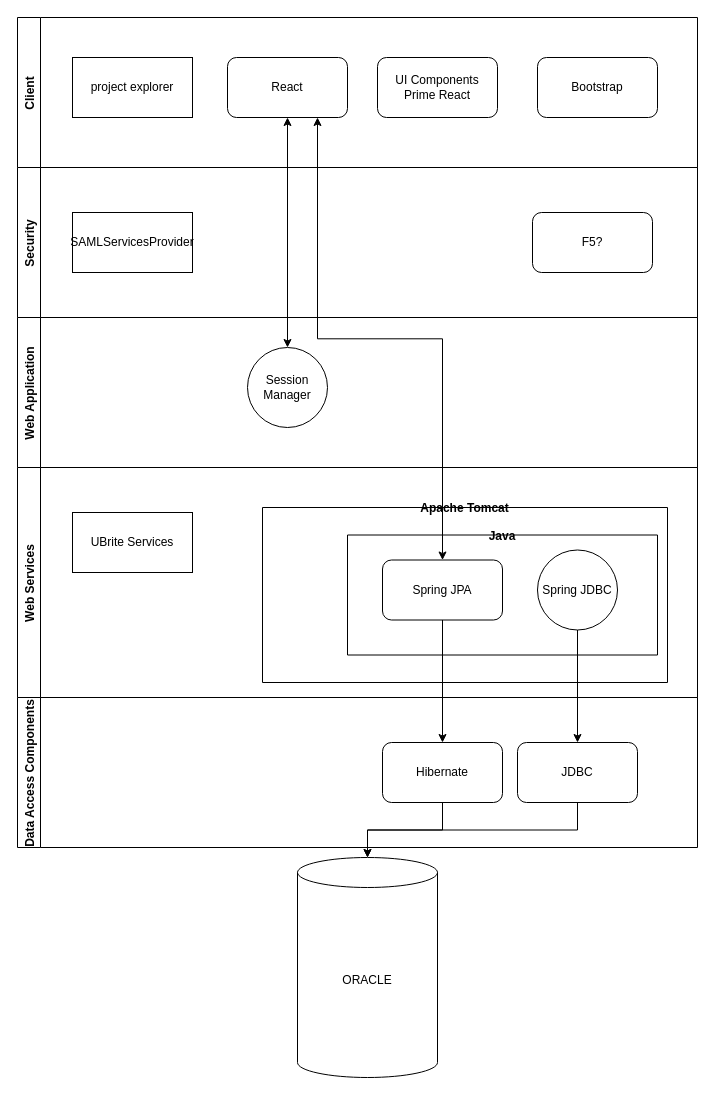
This is page "Proposed" (3 of 4) of Tech Stack Options.drawio from ntimkovich/UAB-II-Diagrams, a draw.io file, before an edit. Source tidied: cells renumbered, new cells numbered last; positions are measured from the earlier drawing's top-left corner, leaving out a move shared by most shapes. Both pictures are drawn from the tidied source at 100%, with x=0, y=0 at pixel (17, 17).
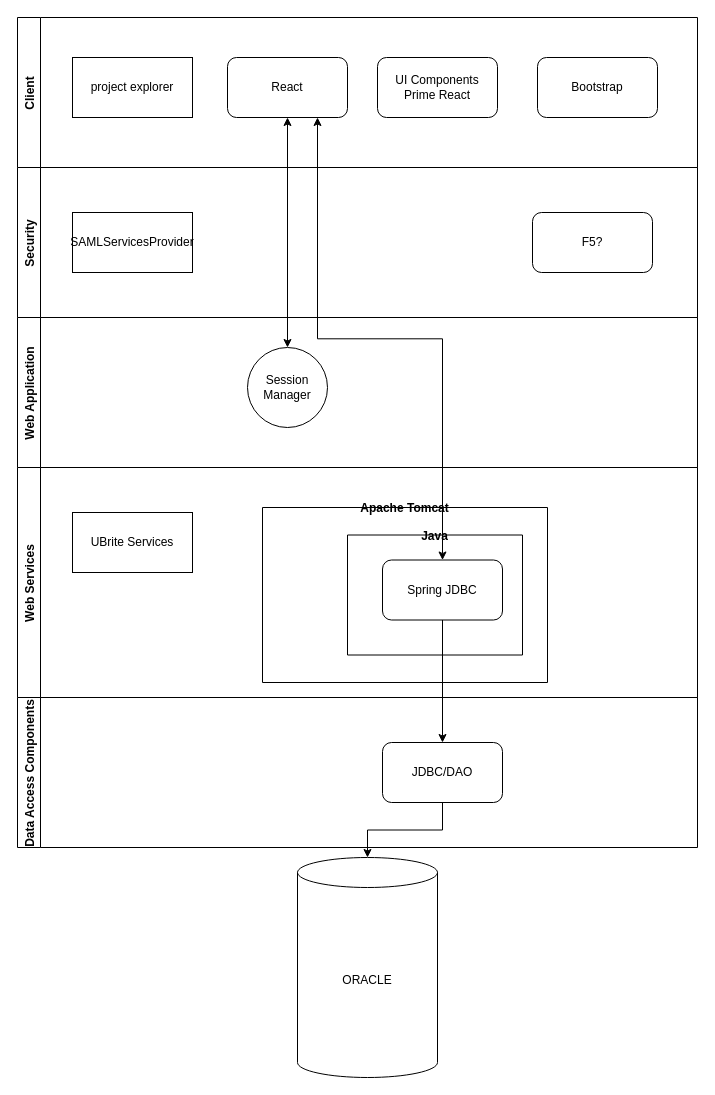
The same page after the edit.

Unchanged cells that the change refers to:
```xml
<mxCell id="2" value="ORACLE" style="shape=cylinder3;whiteSpace=wrap;html=1;boundedLbl=1;backgroundOutline=1;size=15;" parent="1" vertex="1">
  <mxGeometry x="280" y="840" width="140" height="220" as="geometry" />
</mxCell>
<mxCell id="3" value="Data Access Components" style="swimlane;horizontal=0;" parent="1" vertex="1">
  <mxGeometry y="680" width="680" height="150" as="geometry" />
</mxCell>
<mxCell id="16" value="Web Services" style="swimlane;horizontal=0;" parent="1" vertex="1">
  <mxGeometry y="450" width="680" height="230" as="geometry" />
</mxCell>
```

The edit, as a diff of the source:
```diff
@@
-    <mxCell id="4" value="Hibernate" style="rounded=1;whiteSpace=wrap;html=1;" parent="3" vertex="1">
+    <mxCell id="4" value="JDBC/DAO" style="rounded=1;whiteSpace=wrap;html=1;" parent="3" vertex="1">
       <mxGeometry x="365" y="45" width="120" height="60" as="geometry" />
     </mxCell>
-    <mxCell id="5" value="JDBC" style="rounded=1;whiteSpace=wrap;html=1;" parent="3" vertex="1">
-      <mxGeometry x="500" y="45" width="120" height="60" as="geometry" />
-    </mxCell>
@@
     <mxCell id="18" value="Apache Tomcat" style="swimlane;startSize=0;" parent="16" vertex="1">
-      <mxGeometry x="245" y="40" width="405" height="175" as="geometry" />
+      <mxGeometry x="245" y="40" width="285" height="175" as="geometry" />
     </mxCell>
     <mxCell id="19" value="Java" style="swimlane;startSize=0;" parent="18" vertex="1">
-      <mxGeometry x="85" y="27.5" width="310" height="120" as="geometry" />
+      <mxGeometry x="85" y="27.5" width="175" height="120" as="geometry" />
     </mxCell>
-    <mxCell id="20" value="Spring JPA" style="rounded=1;whiteSpace=wrap;html=1;" parent="19" vertex="1">
+    <mxCell id="20" value="Spring JDBC" style="rounded=1;whiteSpace=wrap;html=1;" parent="19" vertex="1">
       <mxGeometry x="35" y="25" width="120" height="60" as="geometry" />
     </mxCell>
-    <mxCell id="21" value="Spring JDBC" style="ellipse;whiteSpace=wrap;html=1;" parent="19" vertex="1">
-      <mxGeometry x="190" y="15" width="80" height="80" as="geometry" />
-    </mxCell>
@@
-    <mxCell id="23" style="edgeStyle=orthogonalEdgeStyle;rounded=0;jettySize=auto;html=1;" parent="1" edge="1" source="21" target="5">
-      <mxGeometry relative="1" as="geometry" />
-    </mxCell>
@@
-    <mxCell id="25" style="edgeStyle=orthogonalEdgeStyle;rounded=0;jettySize=auto;html=1;exitX=0.5;exitY=1;exitDx=0;exitDy=0;entryX=0.5;entryY=0;entryDx=0;entryDy=0;entryPerimeter=0;" parent="1" edge="1" source="5" target="2">
-      <mxGeometry relative="1" as="geometry" />
-    </mxCell>
```
